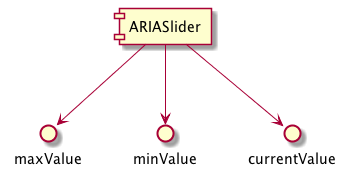
Before: pum/component.png, a diagram exported from PlantUML (rajasegar/ember-aria-slider).
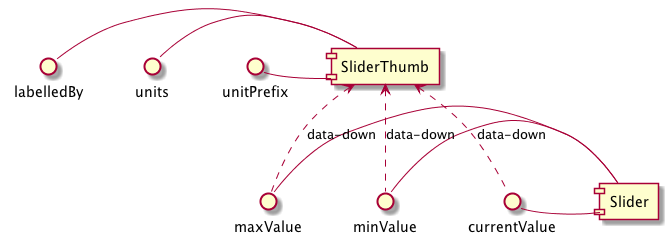
After the change.

Commit message:
Updated component interface diagram for better comprehension

The edit, as a diff of the source:
```diff
@@ -1,5 +1,15 @@
 @startuml
-[ARIASlider] --> maxValue
-[ARIASlider] --> minValue
-[ARIASlider] --> currentValue
+() "maxValue" as maxValue
+() "minValue" as minValue
+() "currentValue" as currentValue
+maxValue - [Slider]
+minValue - [Slider]
+currentValue - [Slider]
+
+[SliderThumb] <.. maxValue : data-down
+[SliderThumb] <.. minValue : data-down
+[SliderThumb] <.. currentValue : data-down
+labelledBy - [SliderThumb]
+units - [SliderThumb]
+unitPrefix - [SliderThumb]
 @enduml
```
